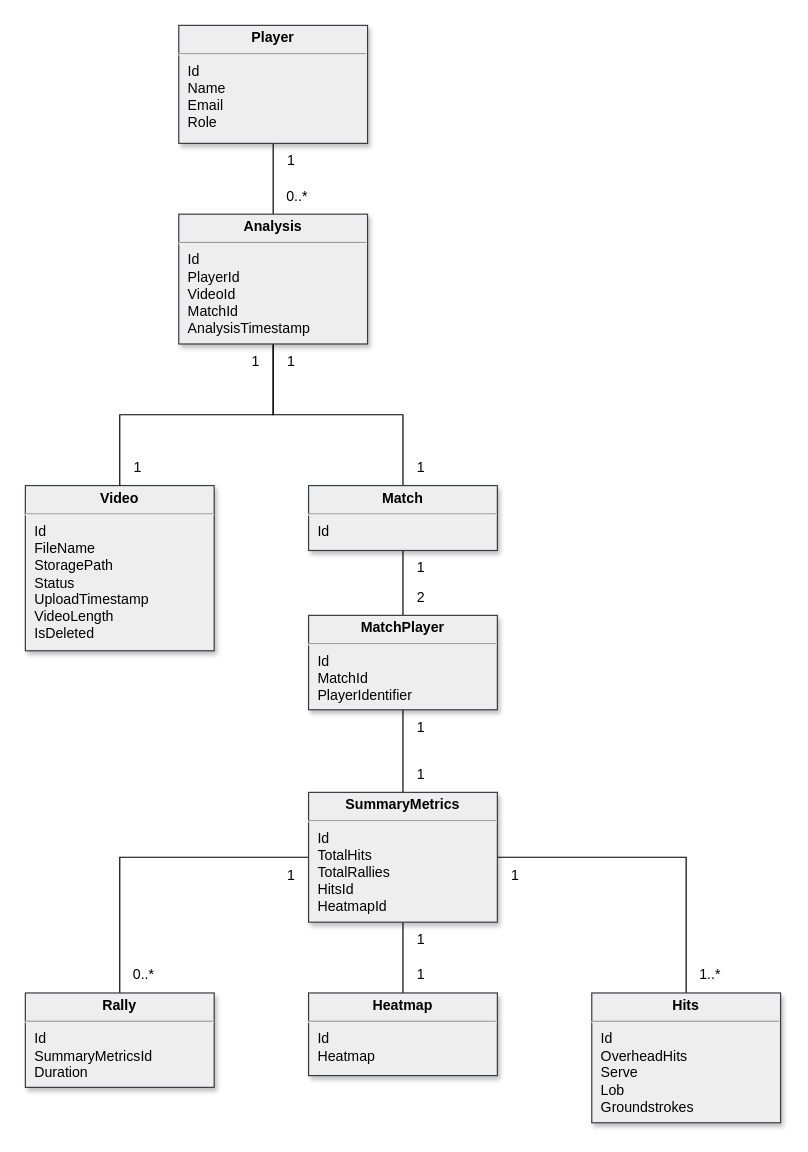
Above: Documentation/Analysis/Diagrams/DomainModel.drawio in Olsen7351/Bachlor2025-Padel (draw.io), before the change. Source tidied: cells renumbered, new cells numbered last; positions are measured from the earlier drawing's top-left corner, leaving out a move shared by most shapes. Both pictures are drawn from the tidied source at 118%, with x=0, y=0 at pixel (25, 25).
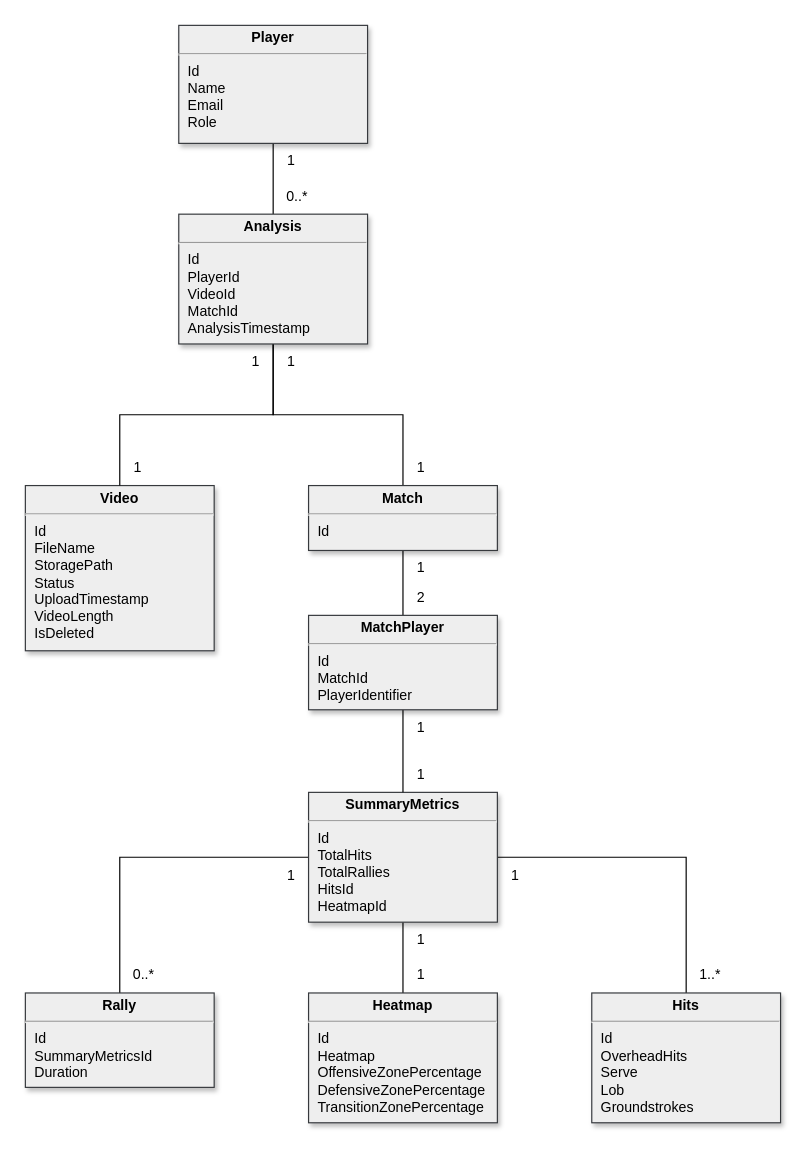
The same page after the edit.

The edit, as a diff of the source:
```diff
@@
-    <mxCell id="12" value="&lt;p style=&quot;margin: 4px 0px 0px; text-align: center;&quot;&gt;&lt;b&gt;Heatmap&lt;/b&gt;&lt;/p&gt;&lt;hr&gt;&lt;p style=&quot;margin: 0px; margin-left: 8px;&quot;&gt;Id&lt;/p&gt;&lt;p style=&quot;margin: 0px; margin-left: 8px;&quot;&gt;Heatmap&lt;/p&gt;" style="verticalAlign=top;align=left;overflow=fill;fontSize=12;fontFamily=Helvetica;html=1;shadow=1;fillColor=#eeeeee;strokeColor=#36393d;" parent="1" vertex="1">
-      <mxGeometry x="240" y="820" width="160" height="70" as="geometry" />
+    <mxCell id="12" value="&lt;p style=&quot;margin: 4px 0px 0px; text-align: center;&quot;&gt;&lt;b&gt;Heatmap&lt;/b&gt;&lt;/p&gt;&lt;hr&gt;&lt;p style=&quot;margin: 0px; margin-left: 8px;&quot;&gt;Id&lt;/p&gt;&lt;p style=&quot;margin: 0px; margin-left: 8px;&quot;&gt;Heatmap&lt;/p&gt;&lt;p style=&quot;margin: 0px; margin-left: 8px;&quot;&gt;OffensiveZonePercentage&lt;/p&gt;&lt;p style=&quot;margin: 0px; margin-left: 8px;&quot;&gt;DefensiveZonePercentage&lt;/p&gt;&lt;p style=&quot;margin: 0px; margin-left: 8px;&quot;&gt;TransitionZonePercentage&lt;/p&gt;" style="verticalAlign=top;align=left;overflow=fill;fontSize=12;fontFamily=Helvetica;html=1;shadow=1;fillColor=#eeeeee;strokeColor=#36393d;" parent="1" vertex="1">
+      <mxGeometry x="240" y="820" width="160" height="110" as="geometry" />
     </mxCell>
```
